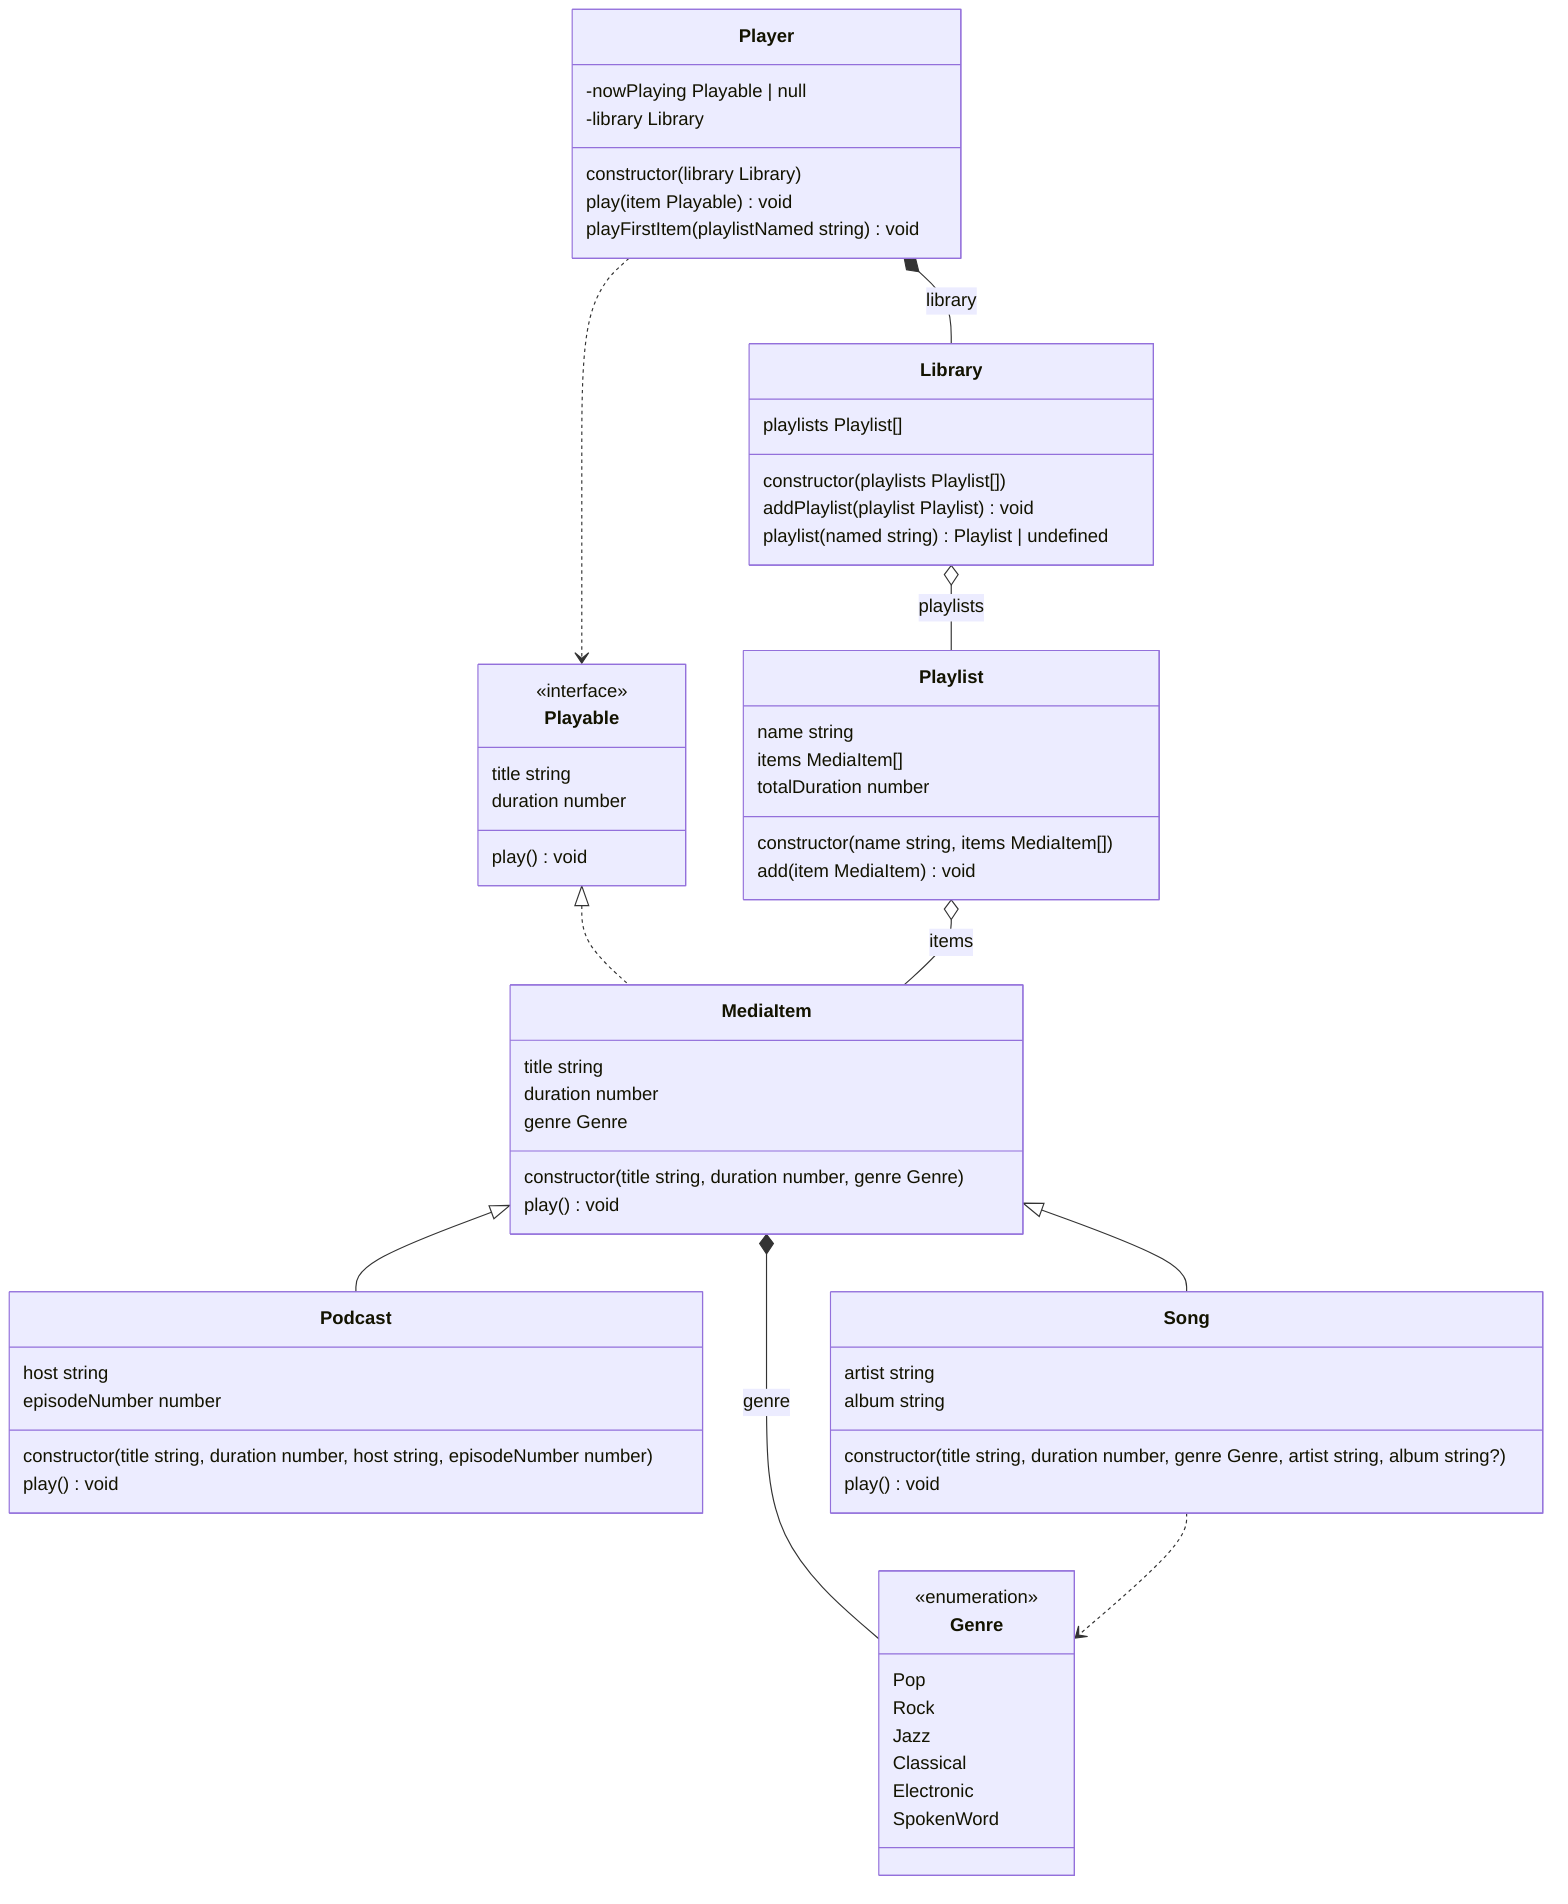
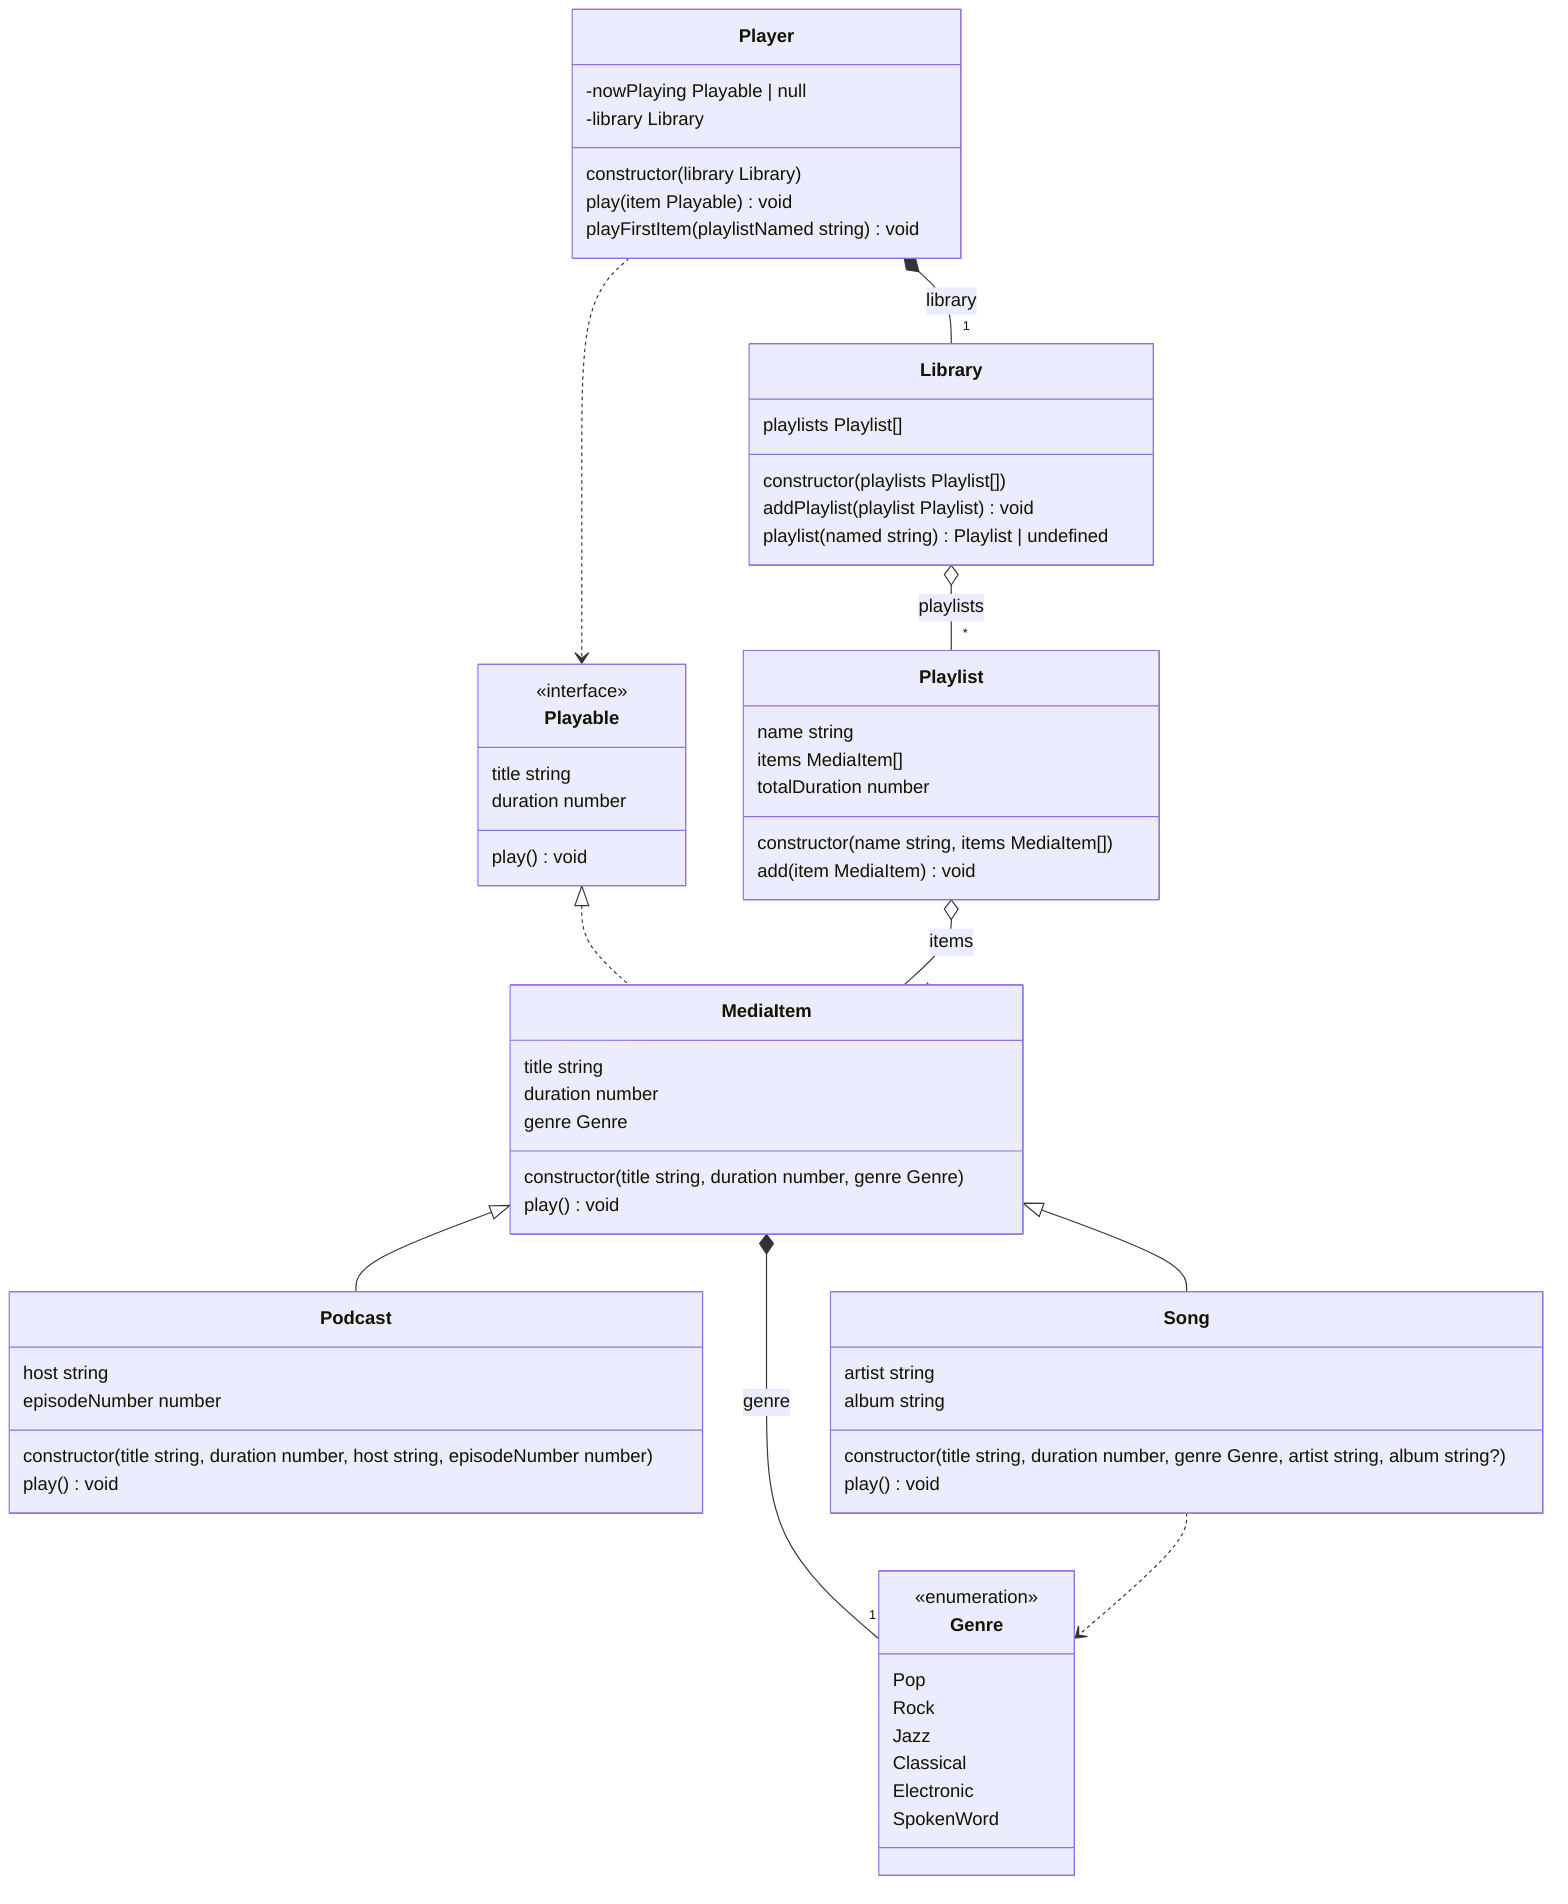
classDiagram
    class Library["Library"] {
        playlists Playlist[]
        constructor(playlists Playlist[])
        addPlaylist(playlist Playlist) void
        playlist(named string) Playlist | undefined
    }
    class MediaItem["MediaItem"] {
        title string
        duration number
        genre Genre
        constructor(title string, duration number, genre Genre)
        play() void
    }
    class Playable["Playable"] {
        <<interface>>
        title string
        duration number
        play() void
    }
    class Genre["Genre"] {
        <<enumeration>>
        Pop
        Rock
        Jazz
        Classical
        Electronic
        SpokenWord
    }
    class Player["Player"] {
        -nowPlaying Playable | null
        -library Library
        constructor(library Library)
        play(item Playable) void
        playFirstItem(playlistNamed string) void
    }
    class Playlist["Playlist"] {
        name string
        items MediaItem[]
        totalDuration number
        constructor(name string, items MediaItem[])
        add(item MediaItem) void
    }
    class Podcast["Podcast"] {
        host string
        episodeNumber number
        constructor(title string, duration number, host string, episodeNumber number)
        play() void
    }
    class Song["Song"] {
        artist string
        album string
        constructor(title string, duration number, genre Genre, artist string, album string?)
        play() void
    }
    Playable <|.. MediaItem
    MediaItem <|-- Podcast
    MediaItem <|-- Song
-     Library o-- Playlist : playlists
-     MediaItem *-- Genre : genre
-     Player *-- Library : library
+     Library o-- "*" Playlist : playlists
+     MediaItem *-- "1" Genre : genre
+     Player *-- "1" Library : library
    Player ..> Playable
-     Playlist o-- MediaItem : items
+     Playlist o-- "*" MediaItem : items
    Song ..> Genre
